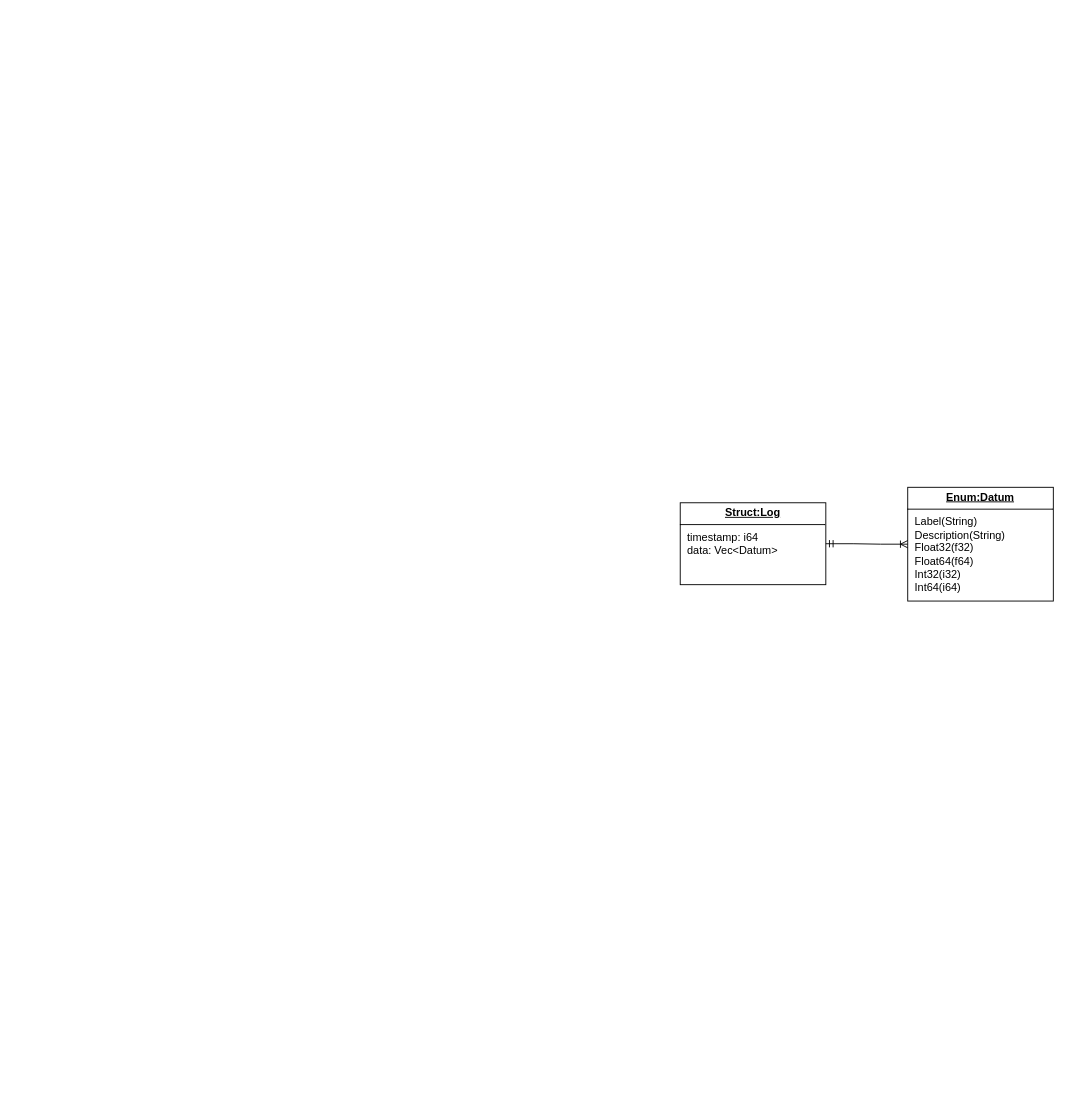
gusjengis/Mosaic-Model keeps this draw.io diagram as Mosaic_Model.drawio. Above is the earlier version. Source tidied: cells renumbered, new cells numbered last; positions are measured from the earlier drawing's top-left corner, leaving out a move shared by most shapes. Both pictures are drawn from the tidied source at 91%, with x=0, y=0 at pixel (680, 487).
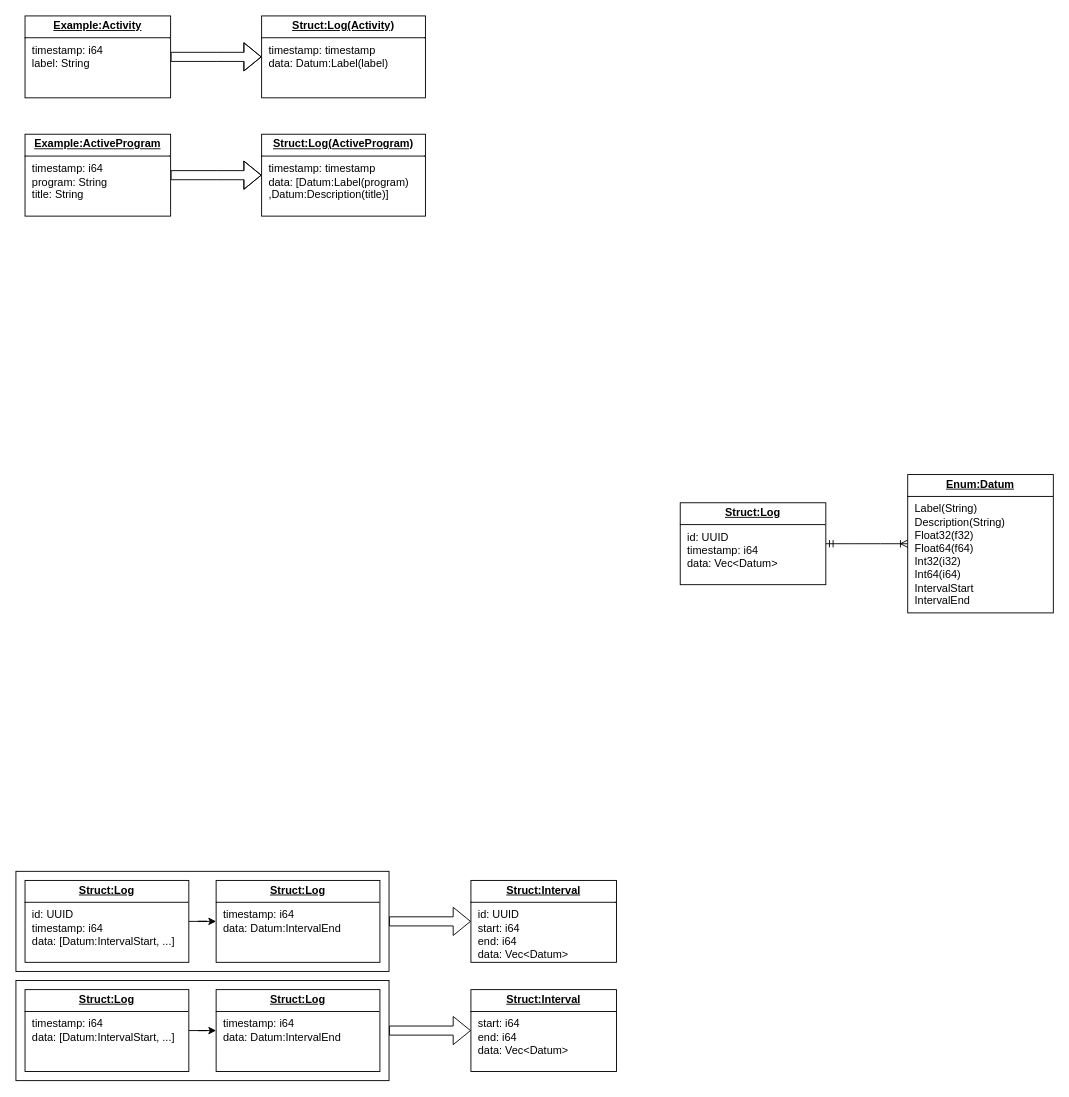
Above is the later version.

Change to the diagram source:
```diff
@@
-    <mxCell id="2" value="&lt;p style=&quot;margin:0px;margin-top:4px;text-align:center;text-decoration:underline;&quot;&gt;&lt;b&gt;Struct:Log&lt;/b&gt;&lt;/p&gt;&lt;hr size=&quot;1&quot; style=&quot;border-style:solid;&quot;&gt;&lt;p style=&quot;margin:0px;margin-left:8px;&quot;&gt;timestamp: i64&lt;/p&gt;&lt;p style=&quot;margin:0px;margin-left:8px;&quot;&gt;data: Vec&amp;lt;Datum&amp;gt;&lt;/p&gt;" style="verticalAlign=top;align=left;overflow=fill;html=1;whiteSpace=wrap;" parent="1" vertex="1">
+    <mxCell id="2" value="&lt;p style=&quot;margin:0px;margin-top:4px;text-align:center;text-decoration:underline;&quot;&gt;&lt;b&gt;Struct:Log&lt;/b&gt;&lt;/p&gt;&lt;hr size=&quot;1&quot; style=&quot;border-style:solid;&quot;&gt;&lt;p style=&quot;margin:0px;margin-left:8px;&quot;&gt;id: UUID&lt;/p&gt;&lt;p style=&quot;margin:0px;margin-left:8px;&quot;&gt;timestamp: i64&lt;/p&gt;&lt;p style=&quot;margin:0px;margin-left:8px;&quot;&gt;data: Vec&amp;lt;Datum&amp;gt;&lt;/p&gt;" style="verticalAlign=top;align=left;overflow=fill;html=1;whiteSpace=wrap;" parent="1" vertex="1">
       <mxGeometry y="17" width="160" height="90" as="geometry" />
     </mxCell>
-    <mxCell id="3" value="&lt;p style=&quot;margin:0px;margin-top:4px;text-align:center;text-decoration:underline;&quot;&gt;&lt;b&gt;Enum:Datum&lt;/b&gt;&lt;/p&gt;&lt;hr size=&quot;1&quot; style=&quot;border-style:solid;&quot;&gt;&lt;p style=&quot;margin:0px;margin-left:8px;&quot;&gt;Label(String)&lt;/p&gt;&lt;p style=&quot;margin:0px;margin-left:8px;&quot;&gt;Description(String)&lt;/p&gt;&lt;p style=&quot;margin:0px;margin-left:8px;&quot;&gt;Float32(f32)&lt;/p&gt;&lt;p style=&quot;margin:0px;margin-left:8px;&quot;&gt;Float64(f64)&lt;/p&gt;&lt;p style=&quot;margin:0px;margin-left:8px;&quot;&gt;Int32(i32)&lt;/p&gt;&lt;p style=&quot;margin:0px;margin-left:8px;&quot;&gt;Int64(i64)&lt;/p&gt;" style="verticalAlign=top;align=left;overflow=fill;html=1;whiteSpace=wrap;" parent="1" vertex="1">
-      <mxGeometry x="250" width="160" height="125" as="geometry" />
+    <mxCell id="3" value="&lt;p style=&quot;margin:0px;margin-top:4px;text-align:center;text-decoration:underline;&quot;&gt;&lt;b&gt;Enum:Datum&lt;/b&gt;&lt;/p&gt;&lt;hr size=&quot;1&quot; style=&quot;border-style:solid;&quot;&gt;&lt;p style=&quot;margin:0px;margin-left:8px;&quot;&gt;Label(String)&lt;/p&gt;&lt;p style=&quot;margin:0px;margin-left:8px;&quot;&gt;Description(String)&lt;/p&gt;&lt;p style=&quot;margin:0px;margin-left:8px;&quot;&gt;Float32(f32)&lt;/p&gt;&lt;p style=&quot;margin:0px;margin-left:8px;&quot;&gt;Float64(f64)&lt;/p&gt;&lt;p style=&quot;margin:0px;margin-left:8px;&quot;&gt;Int32(i32)&lt;/p&gt;&lt;p style=&quot;margin:0px;margin-left:8px;&quot;&gt;Int64(i64)&lt;/p&gt;&lt;p style=&quot;margin:0px;margin-left:8px;&quot;&gt;IntervalStart&lt;/p&gt;&lt;p style=&quot;margin:0px;margin-left:8px;&quot;&gt;IntervalEnd&lt;/p&gt;" style="verticalAlign=top;align=left;overflow=fill;html=1;whiteSpace=wrap;" parent="1" vertex="1">
+      <mxGeometry x="250" y="-14" width="160" height="152" as="geometry" />
     </mxCell>
@@
+    <mxCell id="5" style="edgeStyle=orthogonalEdgeStyle;rounded=0;jettySize=auto;html=1;shape=flexArrow;" parent="1" edge="1" source="6">
+      <mxGeometry relative="1" as="geometry">
+        <mxPoint x="-460" y="-473" as="targetPoint" />
+      </mxGeometry>
+    </mxCell>
+    <mxCell id="6" value="&lt;p style=&quot;margin:0px;margin-top:4px;text-align:center;text-decoration:underline;&quot;&gt;&lt;b&gt;Example:Activity&lt;/b&gt;&lt;/p&gt;&lt;hr size=&quot;1&quot; style=&quot;border-style:solid;&quot;&gt;&lt;p style=&quot;margin:0px;margin-left:8px;&quot;&gt;timestamp: i64&lt;/p&gt;&lt;p style=&quot;margin:0px;margin-left:8px;&quot;&gt;label: String&lt;/p&gt;" style="verticalAlign=top;align=left;overflow=fill;html=1;whiteSpace=wrap;" parent="1" vertex="1">
+      <mxGeometry x="-720" y="-518" width="160" height="90" as="geometry" />
+    </mxCell>
+    <mxCell id="7" value="&lt;p style=&quot;margin:0px;margin-top:4px;text-align:center;text-decoration:underline;&quot;&gt;&lt;b&gt;Struct:Log(Activity)&lt;/b&gt;&lt;/p&gt;&lt;hr size=&quot;1&quot; style=&quot;border-style:solid;&quot;&gt;&lt;p style=&quot;margin:0px;margin-left:8px;&quot;&gt;timestamp: timestamp&lt;/p&gt;&lt;p style=&quot;margin:0px;margin-left:8px;&quot;&gt;data: Datum:Label(label)&lt;/p&gt;" style="verticalAlign=top;align=left;overflow=fill;html=1;whiteSpace=wrap;" parent="1" vertex="1">
+      <mxGeometry x="-460" y="-518" width="180" height="90" as="geometry" />
+    </mxCell>
+    <mxCell id="8" value="&lt;p style=&quot;margin:0px;margin-top:4px;text-align:center;text-decoration:underline;&quot;&gt;&lt;b&gt;Struct:Interval&lt;/b&gt;&lt;/p&gt;&lt;hr size=&quot;1&quot; style=&quot;border-style:solid;&quot;&gt;&lt;p style=&quot;margin:0px;margin-left:8px;&quot;&gt;start: i64&lt;/p&gt;&lt;p style=&quot;margin:0px;margin-left:8px;&quot;&gt;end: i64&lt;/p&gt;&lt;p style=&quot;margin:0px;margin-left:8px;&quot;&gt;data: Vec&amp;lt;Datum&amp;gt;&lt;/p&gt;" style="verticalAlign=top;align=left;overflow=fill;html=1;whiteSpace=wrap;" parent="1" vertex="1">
+      <mxGeometry x="-230" y="552" width="160" height="90" as="geometry" />
+    </mxCell>
+    <mxCell id="9" style="edgeStyle=orthogonalEdgeStyle;rounded=0;jettySize=auto;html=1;exitX=1;exitY=0.5;exitDx=0;exitDy=0;entryX=0;entryY=0.5;entryDx=0;entryDy=0;shape=flexArrow;" parent="1" edge="1" source="10" target="8">
+      <mxGeometry relative="1" as="geometry" />
+    </mxCell>
+    <mxCell id="10" style="rounded=0;whiteSpace=wrap;html=1;" parent="1" vertex="1">
+      <mxGeometry x="-730" y="542" width="410" height="110" as="geometry" />
+    </mxCell>
+    <mxCell id="11" style="edgeStyle=orthogonalEdgeStyle;rounded=0;jettySize=auto;html=1;exitX=1;exitY=0.5;exitDx=0;exitDy=0;" parent="1" edge="1" source="12" target="13">
+      <mxGeometry relative="1" as="geometry" />
+    </mxCell>
+    <mxCell id="12" value="&lt;p style=&quot;margin:0px;margin-top:4px;text-align:center;text-decoration:underline;&quot;&gt;&lt;b&gt;Struct:Log&lt;/b&gt;&lt;/p&gt;&lt;hr size=&quot;1&quot; style=&quot;border-style:solid;&quot;&gt;&lt;p style=&quot;margin:0px;margin-left:8px;&quot;&gt;timestamp: i64&lt;/p&gt;&lt;p style=&quot;margin:0px;margin-left:8px;&quot;&gt;data: [Datum:IntervalStart, ...]&lt;/p&gt;" style="verticalAlign=top;align=left;overflow=fill;html=1;whiteSpace=wrap;" parent="1" vertex="1">
+      <mxGeometry x="-720" y="552" width="180" height="90" as="geometry" />
+    </mxCell>
+    <mxCell id="13" value="&lt;p style=&quot;margin:0px;margin-top:4px;text-align:center;text-decoration:underline;&quot;&gt;&lt;b&gt;Struct:Log&lt;/b&gt;&lt;/p&gt;&lt;hr size=&quot;1&quot; style=&quot;border-style:solid;&quot;&gt;&lt;p style=&quot;margin:0px;margin-left:8px;&quot;&gt;timestamp: i64&lt;/p&gt;&lt;p style=&quot;margin:0px;margin-left:8px;&quot;&gt;data: Datum:IntervalEnd&lt;/p&gt;" style="verticalAlign=top;align=left;overflow=fill;html=1;whiteSpace=wrap;" parent="1" vertex="1">
+      <mxGeometry x="-510" y="552" width="180" height="90" as="geometry" />
+    </mxCell>
+    <mxCell id="14" style="edgeStyle=orthogonalEdgeStyle;rounded=0;jettySize=auto;html=1;shape=flexArrow;" parent="1" edge="1" source="15">
+      <mxGeometry relative="1" as="geometry">
+        <mxPoint x="-460" y="-343" as="targetPoint" />
+      </mxGeometry>
+    </mxCell>
+    <mxCell id="15" value="&lt;p style=&quot;margin:0px;margin-top:4px;text-align:center;text-decoration:underline;&quot;&gt;&lt;b&gt;Example:ActiveProgram&lt;/b&gt;&lt;/p&gt;&lt;hr size=&quot;1&quot; style=&quot;border-style:solid;&quot;&gt;&lt;p style=&quot;margin:0px;margin-left:8px;&quot;&gt;timestamp: i64&lt;/p&gt;&lt;p style=&quot;margin:0px;margin-left:8px;&quot;&gt;program: String&lt;/p&gt;&lt;p style=&quot;margin:0px;margin-left:8px;&quot;&gt;title:&lt;span style=&quot;background-color: transparent; color: light-dark(rgb(0, 0, 0), rgb(255, 255, 255));&quot;&gt;&amp;nbsp;String&lt;/span&gt;&lt;/p&gt;" style="verticalAlign=top;align=left;overflow=fill;html=1;whiteSpace=wrap;" parent="1" vertex="1">
+      <mxGeometry x="-720" y="-388" width="160" height="90" as="geometry" />
+    </mxCell>
+    <mxCell id="16" value="&lt;p style=&quot;margin:0px;margin-top:4px;text-align:center;text-decoration:underline;&quot;&gt;&lt;b&gt;Struct:Log(ActiveProgram)&lt;/b&gt;&lt;/p&gt;&lt;hr size=&quot;1&quot; style=&quot;border-style:solid;&quot;&gt;&lt;p style=&quot;margin:0px;margin-left:8px;&quot;&gt;timestamp: timestamp&lt;/p&gt;&lt;p style=&quot;margin:0px;margin-left:8px;&quot;&gt;data: [Datum:Label(program) ,Datum:Description(title)]&lt;/p&gt;" style="verticalAlign=top;align=left;overflow=fill;html=1;whiteSpace=wrap;" parent="1" vertex="1">
+      <mxGeometry x="-460" y="-388" width="180" height="90" as="geometry" />
+    </mxCell>
+    <mxCell id="17" value="&lt;p style=&quot;margin:0px;margin-top:4px;text-align:center;text-decoration:underline;&quot;&gt;&lt;b&gt;Struct:Interval&lt;/b&gt;&lt;/p&gt;&lt;hr size=&quot;1&quot; style=&quot;border-style:solid;&quot;&gt;&lt;p style=&quot;margin:0px;margin-left:8px;&quot;&gt;id: UUID&lt;/p&gt;&lt;p style=&quot;margin:0px;margin-left:8px;&quot;&gt;start: i64&lt;/p&gt;&lt;p style=&quot;margin:0px;margin-left:8px;&quot;&gt;end: i64&lt;/p&gt;&lt;p style=&quot;margin:0px;margin-left:8px;&quot;&gt;data: Vec&amp;lt;Datum&amp;gt;&lt;/p&gt;" style="verticalAlign=top;align=left;overflow=fill;html=1;whiteSpace=wrap;" parent="1" vertex="1">
+      <mxGeometry x="-230" y="432" width="160" height="90" as="geometry" />
+    </mxCell>
+    <mxCell id="18" style="edgeStyle=orthogonalEdgeStyle;rounded=0;jettySize=auto;html=1;exitX=1;exitY=0.5;exitDx=0;exitDy=0;entryX=0;entryY=0.5;entryDx=0;entryDy=0;shape=flexArrow;" parent="1" edge="1" source="19" target="17">
+      <mxGeometry relative="1" as="geometry" />
+    </mxCell>
+    <mxCell id="19" style="rounded=0;whiteSpace=wrap;html=1;" parent="1" vertex="1">
+      <mxGeometry x="-730" y="422" width="410" height="110" as="geometry" />
+    </mxCell>
+    <mxCell id="20" style="edgeStyle=orthogonalEdgeStyle;rounded=0;jettySize=auto;html=1;exitX=1;exitY=0.5;exitDx=0;exitDy=0;" parent="1" edge="1" source="21" target="22">
+      <mxGeometry relative="1" as="geometry" />
+    </mxCell>
+    <mxCell id="21" value="&lt;p style=&quot;margin:0px;margin-top:4px;text-align:center;text-decoration:underline;&quot;&gt;&lt;b&gt;Struct:Log&lt;/b&gt;&lt;/p&gt;&lt;hr size=&quot;1&quot; style=&quot;border-style:solid;&quot;&gt;&lt;p style=&quot;margin:0px;margin-left:8px;&quot;&gt;id: UUID&lt;/p&gt;&lt;p style=&quot;margin:0px;margin-left:8px;&quot;&gt;timestamp: i64&lt;/p&gt;&lt;p style=&quot;margin:0px;margin-left:8px;&quot;&gt;data: [Datum:IntervalStart, ...]&lt;/p&gt;" style="verticalAlign=top;align=left;overflow=fill;html=1;whiteSpace=wrap;" parent="1" vertex="1">
+      <mxGeometry x="-720" y="432" width="180" height="90" as="geometry" />
+    </mxCell>
+    <mxCell id="22" value="&lt;p style=&quot;margin:0px;margin-top:4px;text-align:center;text-decoration:underline;&quot;&gt;&lt;b&gt;Struct:Log&lt;/b&gt;&lt;/p&gt;&lt;hr size=&quot;1&quot; style=&quot;border-style:solid;&quot;&gt;&lt;p style=&quot;margin:0px;margin-left:8px;&quot;&gt;timestamp: i64&lt;/p&gt;&lt;p style=&quot;margin:0px;margin-left:8px;&quot;&gt;data: Datum:IntervalEnd&lt;/p&gt;" style="verticalAlign=top;align=left;overflow=fill;html=1;whiteSpace=wrap;" parent="1" vertex="1">
+      <mxGeometry x="-510" y="432" width="180" height="90" as="geometry" />
+    </mxCell>
```
